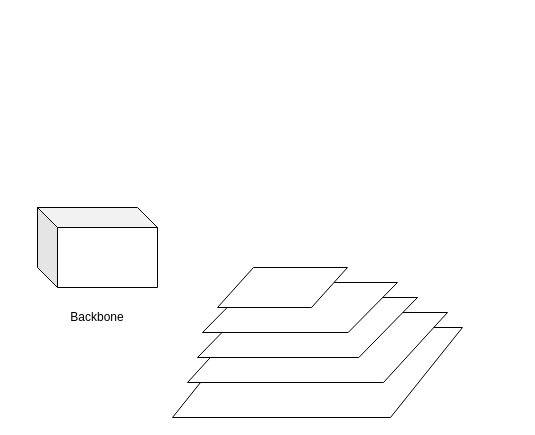
The draw.io diagram Untitled Diagram.drawio in CurryYuan/Pictures, before the edit. Source tidied: cells renumbered, new cells numbered last; positions are measured from the earlier drawing's top-left corner, leaving out a move shared by most shapes. Both pictures are drawn from the tidied source at 100%, with x=0, y=0 at pixel (37, 207).
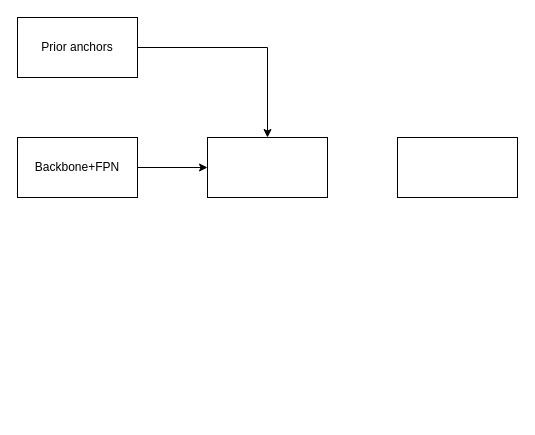
After the change.

The edit, as a diff of the source:
```diff
@@
 <mxGraphModel>
   <root>
     <mxCell id="0" />
     <mxCell id="1" parent="0" />
-    <mxCell id="2" style="shape=cube;whiteSpace=wrap;html=1;boundedLbl=1;backgroundOutline=1;darkOpacity=0.05;darkOpacity2=0.1;" parent="1" vertex="1">
-      <mxGeometry width="120" height="80" as="geometry" />
-    </mxCell>
-    <mxCell id="3" value="Backbone" style="text;html=1;strokeColor=none;fillColor=none;align=center;verticalAlign=middle;whiteSpace=wrap;rounded=0;" parent="1" vertex="1">
-      <mxGeometry x="40" y="100" width="40" height="20" as="geometry" />
-    </mxCell>
-    <mxCell id="4" style="shape=parallelogram;perimeter=parallelogramPerimeter;whiteSpace=wrap;html=1;size=0.2482758620689655;" parent="1" vertex="1">
-      <mxGeometry x="135" y="120" width="290" height="90" as="geometry" />
-    </mxCell>
-    <mxCell id="5" style="shape=parallelogram;perimeter=parallelogramPerimeter;whiteSpace=wrap;html=1;size=0.24615384615384617;" parent="1" vertex="1">
-      <mxGeometry x="150" y="105" width="260" height="70" as="geometry" />
-    </mxCell>
-    <mxCell id="6" style="shape=parallelogram;perimeter=parallelogramPerimeter;whiteSpace=wrap;html=1;size=0.26666666666666666;" parent="1" vertex="1">
-      <mxGeometry x="160" y="90" width="220" height="60" as="geometry" />
-    </mxCell>
-    <mxCell id="7" style="shape=parallelogram;perimeter=parallelogramPerimeter;whiteSpace=wrap;html=1;size=0.252991452991453;" parent="1" vertex="1">
-      <mxGeometry x="165" y="75" width="195" height="50" as="geometry" />
-    </mxCell>
-    <mxCell id="8" style="shape=parallelogram;perimeter=parallelogramPerimeter;whiteSpace=wrap;html=1;size=0.27692307692307694;" parent="1" vertex="1">
-      <mxGeometry x="180" y="60" width="130" height="40" as="geometry" />
-    </mxCell>
+    <mxCell id="9" style="rounded=0;whiteSpace=wrap;html=1;" parent="1" vertex="1">
+      <mxGeometry x="360" y="-70" width="120" height="60" as="geometry" />
+    </mxCell>
+    <mxCell id="10" style="rounded=0;whiteSpace=wrap;html=1;" parent="1" vertex="1">
+      <mxGeometry x="170" y="-70" width="120" height="60" as="geometry" />
+    </mxCell>
+    <mxCell id="11" style="edgeStyle=orthogonalEdgeStyle;rounded=0;jettySize=auto;html=1;entryX=0;entryY=0.5;entryDx=0;entryDy=0;" parent="1" edge="1" source="12" target="10">
+      <mxGeometry relative="1" as="geometry" />
+    </mxCell>
+    <mxCell id="12" value="Backbone+FPN" style="rounded=0;whiteSpace=wrap;html=1;" parent="1" vertex="1">
+      <mxGeometry x="-20" y="-70" width="120" height="60" as="geometry" />
+    </mxCell>
+    <mxCell id="13" style="edgeStyle=orthogonalEdgeStyle;rounded=0;jettySize=auto;html=1;entryX=0.5;entryY=0;entryDx=0;entryDy=0;" parent="1" edge="1" source="14" target="10">
+      <mxGeometry relative="1" as="geometry" />
+    </mxCell>
+    <mxCell id="14" value="Prior anchors" style="rounded=0;whiteSpace=wrap;html=1;" parent="1" vertex="1">
+      <mxGeometry x="-20" y="-190" width="120" height="60" as="geometry" />
+    </mxCell>
   </root>
 </mxGraphModel>
```
